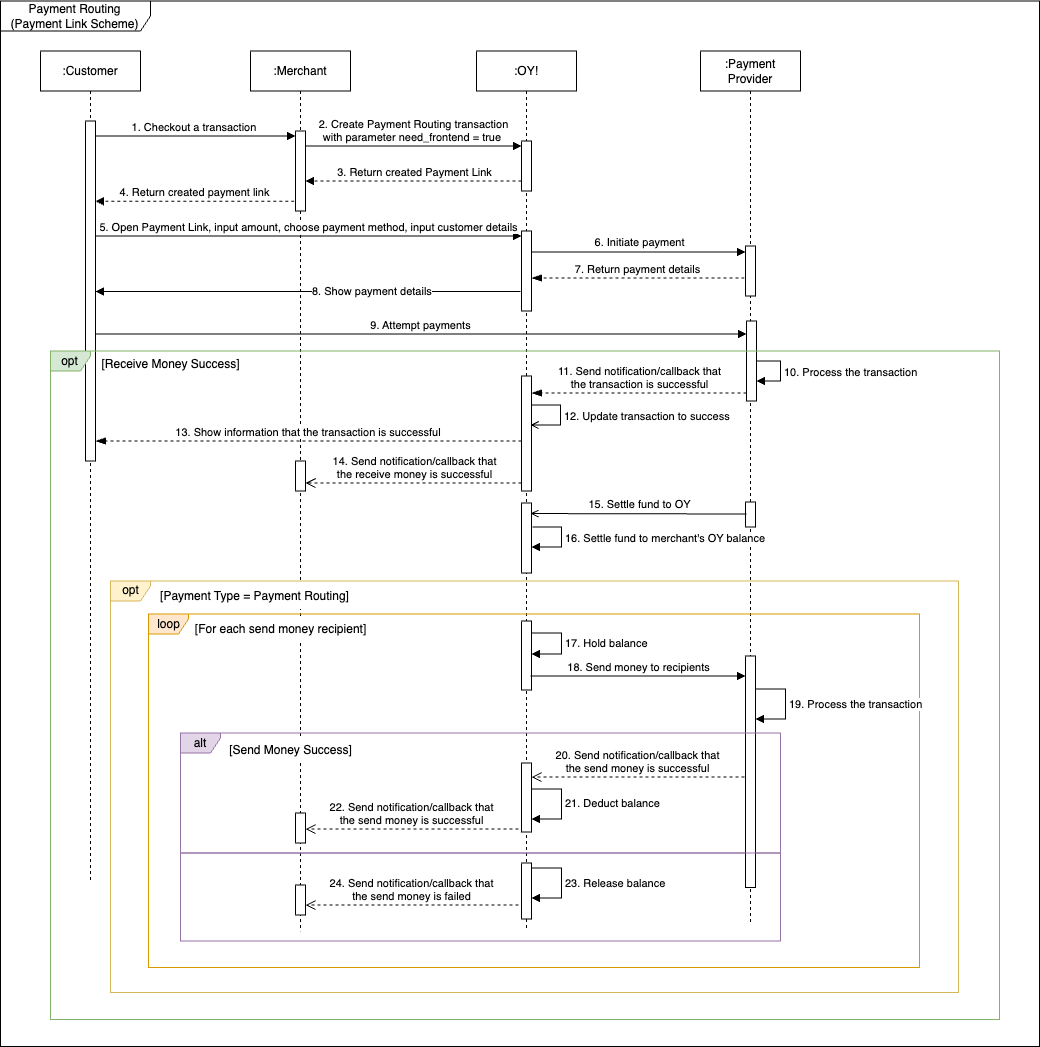
oyindonesia/oybayar-docs keeps this draw.io diagram as source/images/acceptingPayments/paymentRouting/payment_routing_sequence_payment_link_scheme.png. Above is the earlier version. Source tidied: cells renumbered, new cells last; positions are measured from the earlier drawing's top-left corner, leaving out a move shared by most shapes.
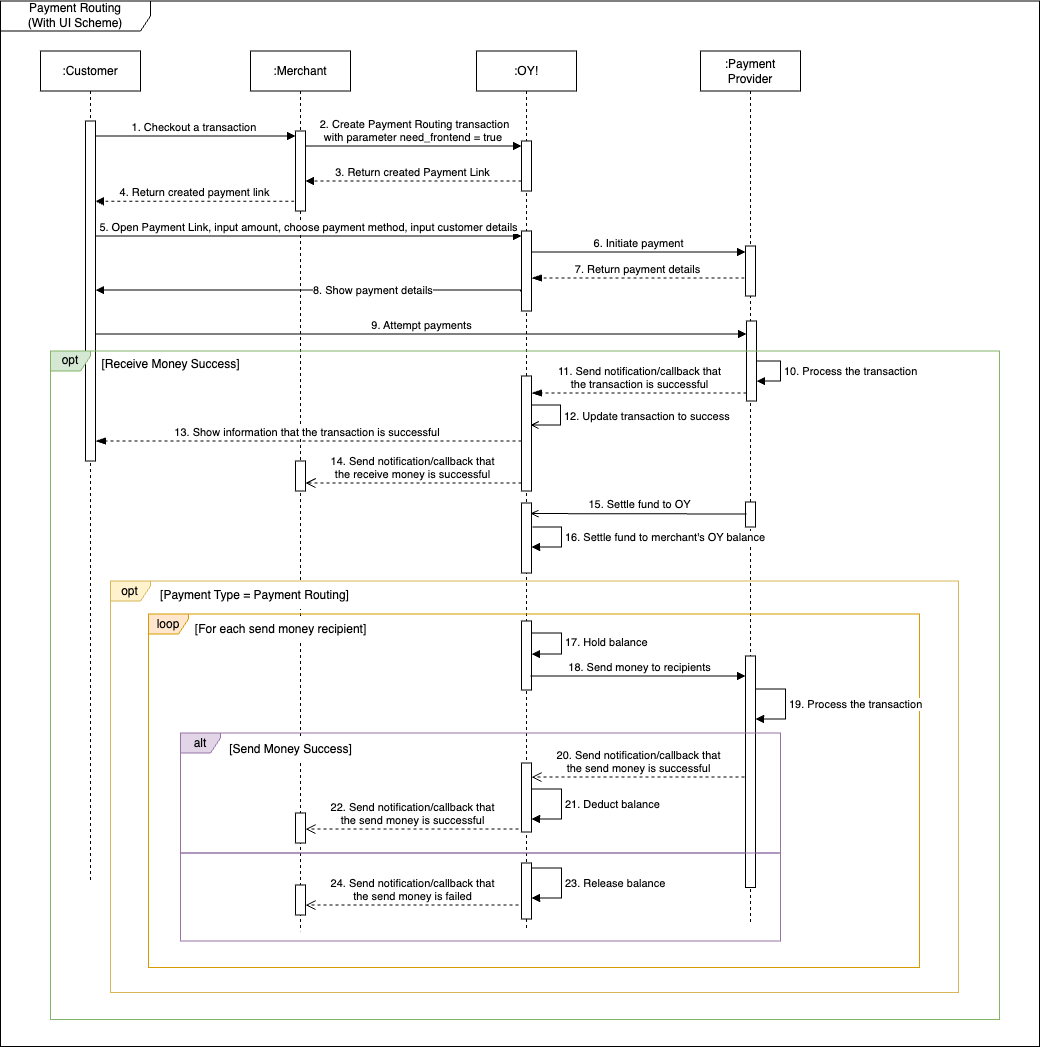
After the commit.

Change to the diagram source:
```diff
@@ -5,7 +5,7 @@
     <mxCell id="2" style="rounded=0;whiteSpace=wrap;html=1;fillColor=default;strokeColor=#9773a6;" parent="1" vertex="1">
       <mxGeometry x="180" y="851.5" width="600" height="88" as="geometry" />
     </mxCell>
-    <mxCell id="3" value="Payment Routing &lt;br&gt;(Payment Link Scheme)" style="shape=umlFrame;whiteSpace=wrap;html=1;width=150;height=30;" parent="1" vertex="1">
+    <mxCell id="3" value="Payment Routing &lt;br&gt;(With UI Scheme)" style="shape=umlFrame;whiteSpace=wrap;html=1;width=150;height=30;" parent="1" vertex="1">
       <mxGeometry y="-0.5" width="1039" height="1045.5" as="geometry" />
     </mxCell>
     <mxCell id="4" value=":Merchant" style="shape=umlLifeline;perimeter=lifelinePerimeter;whiteSpace=wrap;html=1;newEdgeStyle={&quot;curved&quot;:0,&quot;rounded&quot;:0};" parent="1" vertex="1">
```
